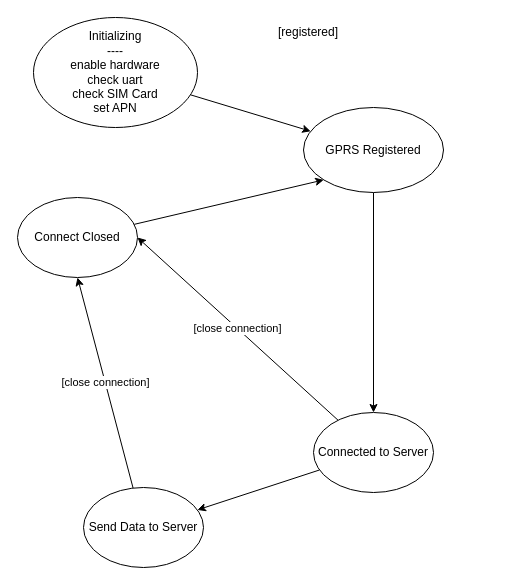
This is docs/drawio/sim_state_machine.drawio from MariusSchmid/hekate-gateway, a draw.io file, before an edit. Source tidied: cells renumbered, new cells numbered last; positions are measured from the earlier drawing's top-left corner, leaving out a move shared by most shapes. Both pictures are drawn from the tidied source at 100%, with x=0, y=0 at pixel (17, 17).
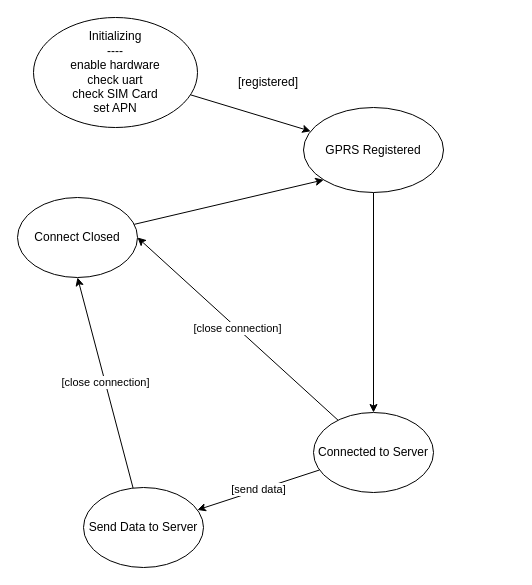
After the change.

What changed in the source:
```diff
@@
 <mxGraphModel>
   <root>
     <mxCell id="0" />
     <mxCell id="1" parent="0" />
     <mxCell id="2" style="edgeStyle=none;rounded=0;jettySize=auto;html=1;" parent="1" edge="1" source="3" target="12">
       <mxGeometry relative="1" as="geometry" />
     </mxCell>
     <mxCell id="3" value="Initializing&lt;div&gt;----&lt;/div&gt;&lt;div&gt;enable hardware&lt;/div&gt;&lt;div&gt;check uart&lt;/div&gt;&lt;div&gt;check SIM Card&lt;/div&gt;&lt;div&gt;set APN&lt;/div&gt;" style="ellipse;whiteSpace=wrap;html=1;" parent="1" vertex="1">
       <mxGeometry x="16" width="164" height="110" as="geometry" />
     </mxCell>
-    <mxCell id="4" style="edgeStyle=none;rounded=0;jettySize=auto;html=1;" parent="1" edge="1" source="6" target="8">
+    <mxCell id="4" value="[send data]" style="edgeStyle=none;rounded=0;jettySize=auto;html=1;" parent="1" edge="1" source="6" target="8">
       <mxGeometry relative="1" as="geometry" />
     </mxCell>
     <mxCell id="5" value="[close connection]" style="edgeStyle=none;rounded=0;jettySize=auto;html=1;entryX=1;entryY=0.5;entryDx=0;entryDy=0;" parent="1" edge="1" source="6" target="10">
       <mxGeometry relative="1" as="geometry" />
     </mxCell>
     <mxCell id="6" value="Connected to Server" style="ellipse;whiteSpace=wrap;html=1;" parent="1" vertex="1">
       <mxGeometry x="296" y="395" width="120" height="80" as="geometry" />
     </mxCell>
     <mxCell id="7" value="&lt;span style=&quot;color: rgb(0, 0, 0); font-family: Helvetica; font-size: 11px; font-style: normal; font-variant-ligatures: normal; font-variant-caps: normal; font-weight: 400; letter-spacing: normal; orphans: 2; text-align: center; text-indent: 0px; text-transform: none; widows: 2; word-spacing: 0px; -webkit-text-stroke-width: 0px; white-space: nowrap; background-color: rgb(255, 255, 255); text-decoration-thickness: initial; text-decoration-style: initial; text-decoration-color: initial; display: inline !important; float: none;&quot;&gt;[close connection]&lt;/span&gt;" style="edgeStyle=none;rounded=0;jettySize=auto;html=1;entryX=0.5;entryY=1;entryDx=0;entryDy=0;" parent="1" edge="1" source="8" target="10">
       <mxGeometry relative="1" as="geometry" />
     </mxCell>
     <mxCell id="8" value="Send Data to Server" style="ellipse;whiteSpace=wrap;html=1;" parent="1" vertex="1">
       <mxGeometry x="66" y="470" width="120" height="80" as="geometry" />
     </mxCell>
     <mxCell id="9" style="edgeStyle=none;rounded=0;jettySize=auto;html=1;entryX=0;entryY=1;entryDx=0;entryDy=0;" parent="1" edge="1" source="10" target="12">
       <mxGeometry relative="1" as="geometry" />
     </mxCell>
     <mxCell id="10" value="Connect Closed" style="ellipse;whiteSpace=wrap;html=1;" parent="1" vertex="1">
       <mxGeometry y="180" width="120" height="80" as="geometry" />
     </mxCell>
     <mxCell id="11" style="edgeStyle=none;rounded=0;jettySize=auto;html=1;entryX=0.5;entryY=0;entryDx=0;entryDy=0;" parent="1" edge="1" source="12" target="6">
       <mxGeometry relative="1" as="geometry" />
     </mxCell>
     <mxCell id="12" value="GPRS Registered" style="ellipse;whiteSpace=wrap;html=1;" parent="1" vertex="1">
       <mxGeometry x="286" y="90" width="140" height="85" as="geometry" />
     </mxCell>
     <mxCell id="13" value="[registered]" style="text;html=1;align=center;verticalAlign=middle;whiteSpace=wrap;rounded=0;" parent="1" vertex="1">
-      <mxGeometry x="236" width="110" height="30" as="geometry" />
+      <mxGeometry x="196" y="50" width="110" height="30" as="geometry" />
     </mxCell>
     <mxCell id="14" style="edgeStyle=none;rounded=0;orthogonalLoop=1;jettySize=auto;html=1;exitX=0.25;exitY=0;exitDx=0;exitDy=0;" parent="1" edge="1">
       <mxGeometry relative="1" as="geometry">
         <mxPoint x="488.5" y="25" as="sourcePoint" />
         <mxPoint x="488.5" y="25" as="targetPoint" />
       </mxGeometry>
     </mxCell>
   </root>
 </mxGraphModel>
```
